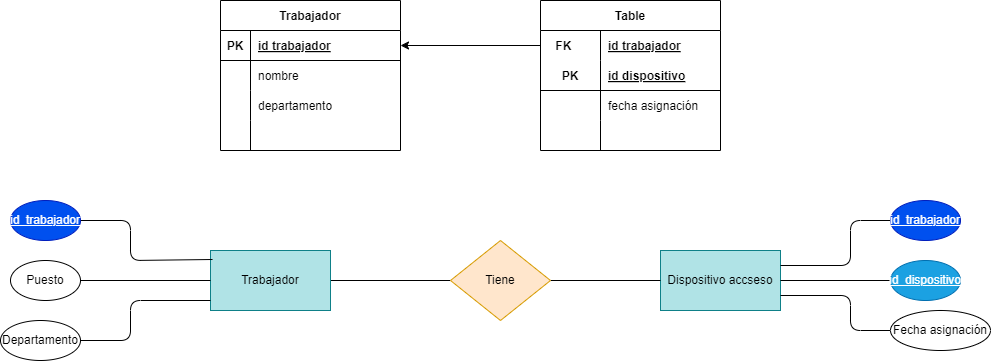
Earlier version of the draw.io export Tareas/Unidad2/ejercicio2.2.drawio.png (WhiteCascade/BAE). Source tidied: cells renumbered, new cells last; positions are measured from the earlier drawing's top-left corner, leaving out a move shared by most shapes.
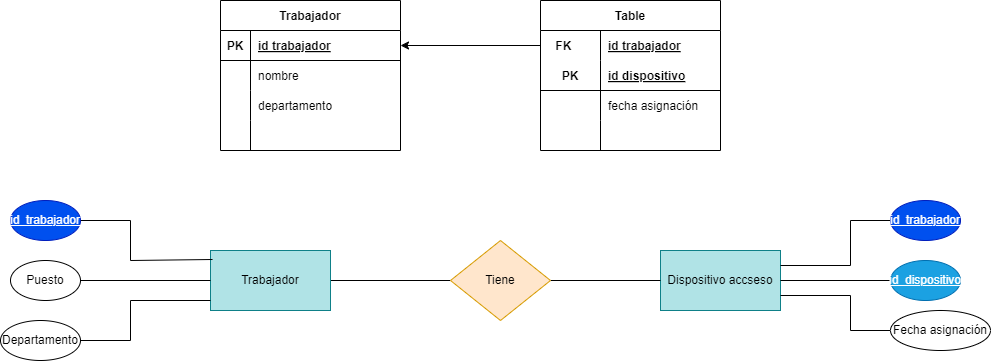
Later version of the same file.

What changed in the source:
```diff
@@ -98,7 +98,7 @@
     <mxCell id="33" value="Tiene" style="rhombus;whiteSpace=wrap;html=1;fillColor=#ffe6cc;strokeColor=#d79b00;" parent="1" vertex="1">
       <mxGeometry x="450" y="240" width="100" height="80" as="geometry" />
     </mxCell>
-    <mxCell id="34" style="edgeStyle=none;html=1;entryX=0.017;entryY=0.15;entryDx=0;entryDy=0;endArrow=none;endFill=0;entryPerimeter=0;" parent="1" edge="1" source="35" target="30">
+    <mxCell id="34" style="edgeStyle=none;html=1;entryX=0.017;entryY=0.15;entryDx=0;entryDy=0;endArrow=none;endFill=0;entryPerimeter=0;strokeColor=default;rounded=0;" parent="1" edge="1" source="35" target="30">
       <mxGeometry relative="1" as="geometry">
         <Array as="points">
           <mxPoint x="130" y="220" />
@@ -115,7 +115,7 @@
     <mxCell id="37" value="Puesto" style="ellipse;whiteSpace=wrap;html=1;" parent="1" vertex="1">
       <mxGeometry x="10" y="260" width="70" height="40" as="geometry" />
     </mxCell>
-    <mxCell id="38" style="edgeStyle=none;html=1;exitX=1;exitY=0.5;exitDx=0;exitDy=0;endArrow=none;endFill=0;" parent="1" edge="1" source="39">
+    <mxCell id="38" style="edgeStyle=none;html=1;exitX=1;exitY=0.5;exitDx=0;exitDy=0;endArrow=none;endFill=0;rounded=0;" parent="1" edge="1" source="39">
       <mxGeometry relative="1" as="geometry">
         <mxPoint x="210" y="300" as="targetPoint" />
         <Array as="points">
@@ -127,7 +127,7 @@
     <mxCell id="39" value="Departamento" style="ellipse;whiteSpace=wrap;html=1;" parent="1" vertex="1">
       <mxGeometry y="320" width="80" height="40" as="geometry" />
     </mxCell>
-    <mxCell id="40" style="edgeStyle=none;html=1;entryX=1;entryY=0.25;entryDx=0;entryDy=0;endArrow=none;endFill=0;" parent="1" edge="1" source="41" target="31">
+    <mxCell id="40" style="edgeStyle=none;html=1;entryX=1;entryY=0.25;entryDx=0;entryDy=0;endArrow=none;endFill=0;rounded=0;" parent="1" edge="1" source="41" target="31">
       <mxGeometry relative="1" as="geometry">
         <Array as="points">
           <mxPoint x="850" y="220" />
@@ -144,7 +144,7 @@
     <mxCell id="43" value="&lt;u&gt;id_dispositivo&lt;/u&gt;" style="ellipse;whiteSpace=wrap;html=1;fillColor=#1ba1e2;fontColor=#ffffff;strokeColor=#006EAF;" parent="1" vertex="1">
       <mxGeometry x="890" y="260" width="70" height="40" as="geometry" />
     </mxCell>
-    <mxCell id="44" style="edgeStyle=none;html=1;entryX=1;entryY=0.75;entryDx=0;entryDy=0;endArrow=none;endFill=0;" parent="1" edge="1" source="45" target="31">
+    <mxCell id="44" style="edgeStyle=none;html=1;entryX=1;entryY=0.75;entryDx=0;entryDy=0;endArrow=none;endFill=0;rounded=0;" parent="1" edge="1" source="45" target="31">
       <mxGeometry relative="1" as="geometry">
         <Array as="points">
           <mxPoint x="850" y="330" />
```
